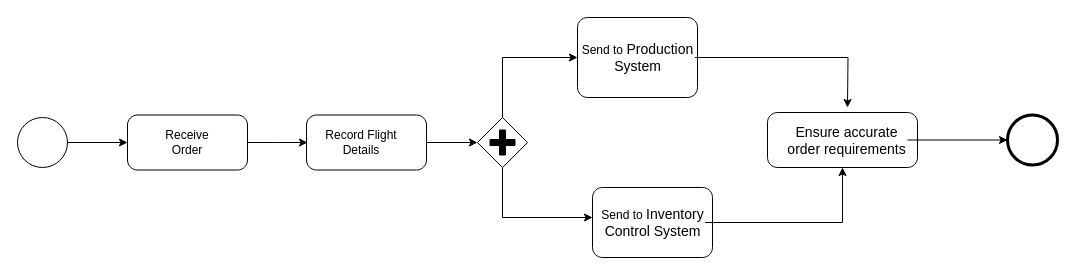
Earlier version of the draw.io diagram Sales Order Processing System.drawio (zft666zft/ESA-Assignment). Source tidied: cells renumbered, new cells numbered last; positions are measured from the earlier drawing's top-left corner, leaving out a move shared by most shapes. Both pictures are drawn from the tidied source at 100%, with x=0, y=0 at pixel (17, 17).
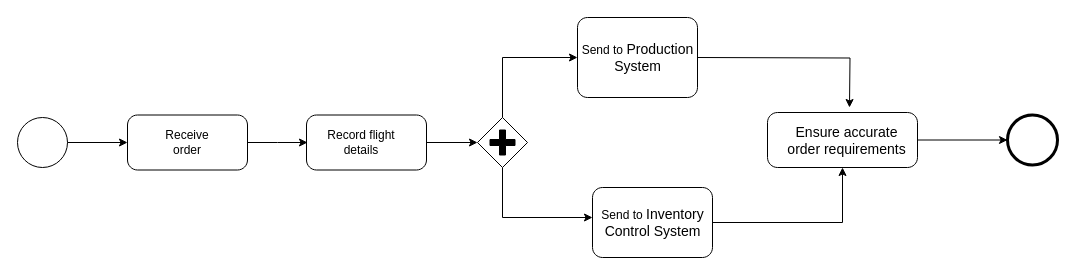
Above is the later version.

Unchanged cells that the change refers to:
```xml
<mxCell id="3" style="points=[[0.145,0.145,0],[0.5,0,0],[0.855,0.145,0],[1,0.5,0],[0.855,0.855,0],[0.5,1,0],[0.145,0.855,0],[0,0.5,0]];shape=mxgraph.bpmn.event;html=1;verticalLabelPosition=bottom;labelBackgroundColor=#ffffff;verticalAlign=top;align=center;perimeter=ellipsePerimeter;outlineConnect=0;outline=standard;symbol=general;strokeWidth=3;" parent="1" vertex="1">
  <mxGeometry x="990" y="97.5" width="50" height="50" as="geometry" />
</mxCell>
<mxCell id="5" style="points=[[0.25,0,0],[0.5,0,0],[0.75,0,0],[1,0.25,0],[1,0.5,0],[1,0.75,0],[0.75,1,0],[0.5,1,0],[0.25,1,0],[0,0.75,0],[0,0.5,0],[0,0.25,0]];shape=mxgraph.bpmn.task;whiteSpace=wrap;rectStyle=rounded;size=10;html=1;taskMarker=abstract;" parent="1" vertex="1">
  <mxGeometry x="110" y="97.5" width="120" height="55" as="geometry" />
</mxCell>
<mxCell id="10" style="points=[[0.25,0,0],[0.5,0,0],[0.75,0,0],[1,0.25,0],[1,0.5,0],[1,0.75,0],[0.75,1,0],[0.5,1,0],[0.25,1,0],[0,0.75,0],[0,0.5,0],[0,0.25,0]];shape=mxgraph.bpmn.task;whiteSpace=wrap;rectStyle=rounded;size=10;html=1;taskMarker=abstract;" parent="1" vertex="1">
  <mxGeometry x="289" y="97.5" width="120" height="55" as="geometry" />
</mxCell>
<mxCell id="13" style="points=[[0.25,0,0],[0.5,0,0],[0.75,0,0],[1,0.25,0],[1,0.5,0],[1,0.75,0],[0.75,1,0],[0.5,1,0],[0.25,1,0],[0,0.75,0],[0,0.5,0],[0,0.25,0]];shape=mxgraph.bpmn.task;whiteSpace=wrap;rectStyle=rounded;size=10;html=1;taskMarker=abstract;" parent="1" vertex="1">
  <mxGeometry x="560" width="120" height="80" as="geometry" />
</mxCell>
<mxCell id="15" value="Send to&amp;nbsp;&lt;span style=&quot;font-family: Calibri; font-size: 10.5pt; background-color: initial;&quot;&gt;Production System&lt;/span&gt;" style="text;html=1;align=center;verticalAlign=middle;whiteSpace=wrap;rounded=0;" parent="13" vertex="1">
  <mxGeometry x="2.5" y="18.2" width="115" height="43.6" as="geometry" />
</mxCell>
<mxCell id="16" style="points=[[0.25,0,0],[0.5,0,0],[0.75,0,0],[1,0.25,0],[1,0.5,0],[1,0.75,0],[0.75,1,0],[0.5,1,0],[0.25,1,0],[0,0.75,0],[0,0.5,0],[0,0.25,0]];shape=mxgraph.bpmn.task;whiteSpace=wrap;rectStyle=rounded;size=10;html=1;taskMarker=abstract;" parent="1" vertex="1">
  <mxGeometry x="575" y="170" width="120" height="70" as="geometry" />
</mxCell>
<mxCell id="17" value="Send to&amp;nbsp;&lt;span style=&quot;font-family: Calibri; font-size: 10.5pt; background-color: initial;&quot;&gt;Inventory Control System&lt;/span&gt;" style="text;html=1;align=center;verticalAlign=middle;whiteSpace=wrap;rounded=0;" parent="16" vertex="1">
  <mxGeometry x="7.5" y="15.9" width="105" height="38.2" as="geometry" />
</mxCell>
<mxCell id="19" style="points=[[0.25,0,0],[0.5,0,0],[0.75,0,0],[1,0.25,0],[1,0.5,0],[1,0.75,0],[0.75,1,0],[0.5,1,0],[0.25,1,0],[0,0.75,0],[0,0.5,0],[0,0.25,0]];shape=mxgraph.bpmn.task;whiteSpace=wrap;rectStyle=rounded;size=10;html=1;taskMarker=abstract;" parent="1" vertex="1">
  <mxGeometry x="750" y="95" width="150" height="55" as="geometry" />
</mxCell>
<mxCell id="20" value="&lt;p class=&quot;MsoNormal&quot;&gt;&lt;span style=&quot;mso-spacerun:'yes';font-family:Calibri;mso-fareast-font-family:宋体;&lt;br/&gt;mso-bidi-font-family:'Times New Roman';font-size:10.5000pt;mso-font-kerning:1.0000pt;&quot;&gt;Ensure accurate order requirements&lt;/span&gt;&lt;/p&gt;" style="text;html=1;align=center;verticalAlign=middle;whiteSpace=wrap;rounded=0;" parent="19" vertex="1">
  <mxGeometry x="18.8" y="12.5" width="121.2" height="30" as="geometry" />
</mxCell>
```

Diff of the diagram source:
```diff
@@
-    <mxCell id="6" value="Receive Order" style="text;html=1;align=center;verticalAlign=middle;whiteSpace=wrap;rounded=0;" parent="5" vertex="1">
+    <mxCell id="6" value="Receive order" style="text;html=1;align=center;verticalAlign=middle;whiteSpace=wrap;rounded=0;" parent="5" vertex="1">
       <mxGeometry x="30" y="12.5" width="60" height="30" as="geometry" />
     </mxCell>
@@
-    <mxCell id="11" value="Record Flight Details" style="text;html=1;align=center;verticalAlign=middle;whiteSpace=wrap;rounded=0;" parent="10" vertex="1">
+    <mxCell id="11" value="Record flight details" style="text;html=1;align=center;verticalAlign=middle;whiteSpace=wrap;rounded=0;" parent="10" vertex="1">
       <mxGeometry x="15" y="12.5" width="80" height="30" as="geometry" />
     </mxCell>
@@
-    <mxCell id="14" style="edgeStyle=orthogonalEdgeStyle;rounded=0;jettySize=auto;html=1;" parent="13" edge="1" source="15">
+    <mxCell id="14" style="edgeStyle=orthogonalEdgeStyle;rounded=0;orthogonalLoop=1;jettySize=auto;html=1;" parent="13" edge="1">
       <mxGeometry relative="1" as="geometry">
-        <mxPoint x="270" y="90" as="targetPoint" />
+        <mxPoint x="119.5" y="40" as="sourcePoint" />
+        <mxPoint x="272" y="90" as="targetPoint" />
       </mxGeometry>
     </mxCell>
@@
+    <mxCell id="23" style="edgeStyle=orthogonalEdgeStyle;rounded=0;jettySize=auto;html=1;" parent="1" edge="1" source="19" target="3">
+      <mxGeometry relative="1" as="geometry" />
+    </mxCell>
@@
-    <mxCell id="21" style="edgeStyle=orthogonalEdgeStyle;rounded=0;jettySize=auto;html=1;entryX=0.5;entryY=1;entryDx=0;entryDy=0;entryPerimeter=0;" parent="1" edge="1" source="17" target="19">
-      <mxGeometry relative="1" as="geometry" />
-    </mxCell>
-    <mxCell id="22" style="edgeStyle=orthogonalEdgeStyle;rounded=0;jettySize=auto;html=1;entryX=0;entryY=0.5;entryDx=0;entryDy=0;entryPerimeter=0;" parent="1" edge="1" source="20" target="3">
-      <mxGeometry relative="1" as="geometry" />
-    </mxCell>
+    <mxCell id="24" style="edgeStyle=orthogonalEdgeStyle;rounded=0;jettySize=auto;html=1;entryX=0.5;entryY=1;entryDx=0;entryDy=0;entryPerimeter=0;" parent="1" edge="1" source="16" target="19">
+      <mxGeometry relative="1" as="geometry" />
+    </mxCell>
```
